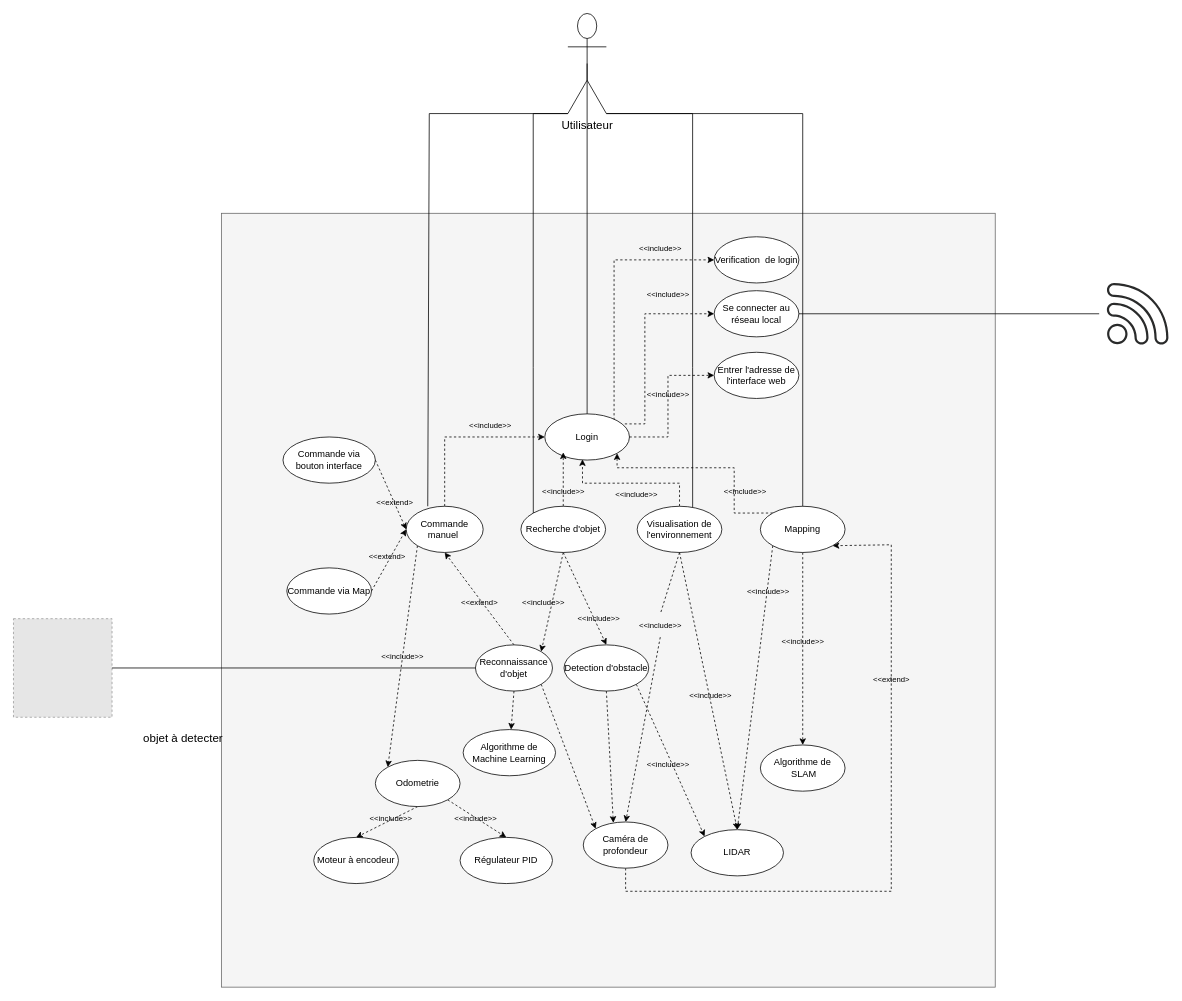
This is Diagramme sans nom.drawio from BigZ2000/zbot_5G, a draw.io file, before an edit. Source tidied: cells renumbered, new cells numbered last; positions are measured from the earlier drawing's top-left corner, leaving out a move shared by most shapes. Both pictures are drawn from the tidied source at 77%, with x=0, y=0 at pixel (13, 13). Pictures stored in the file or linked from it are replaced by grey dashed boxes.
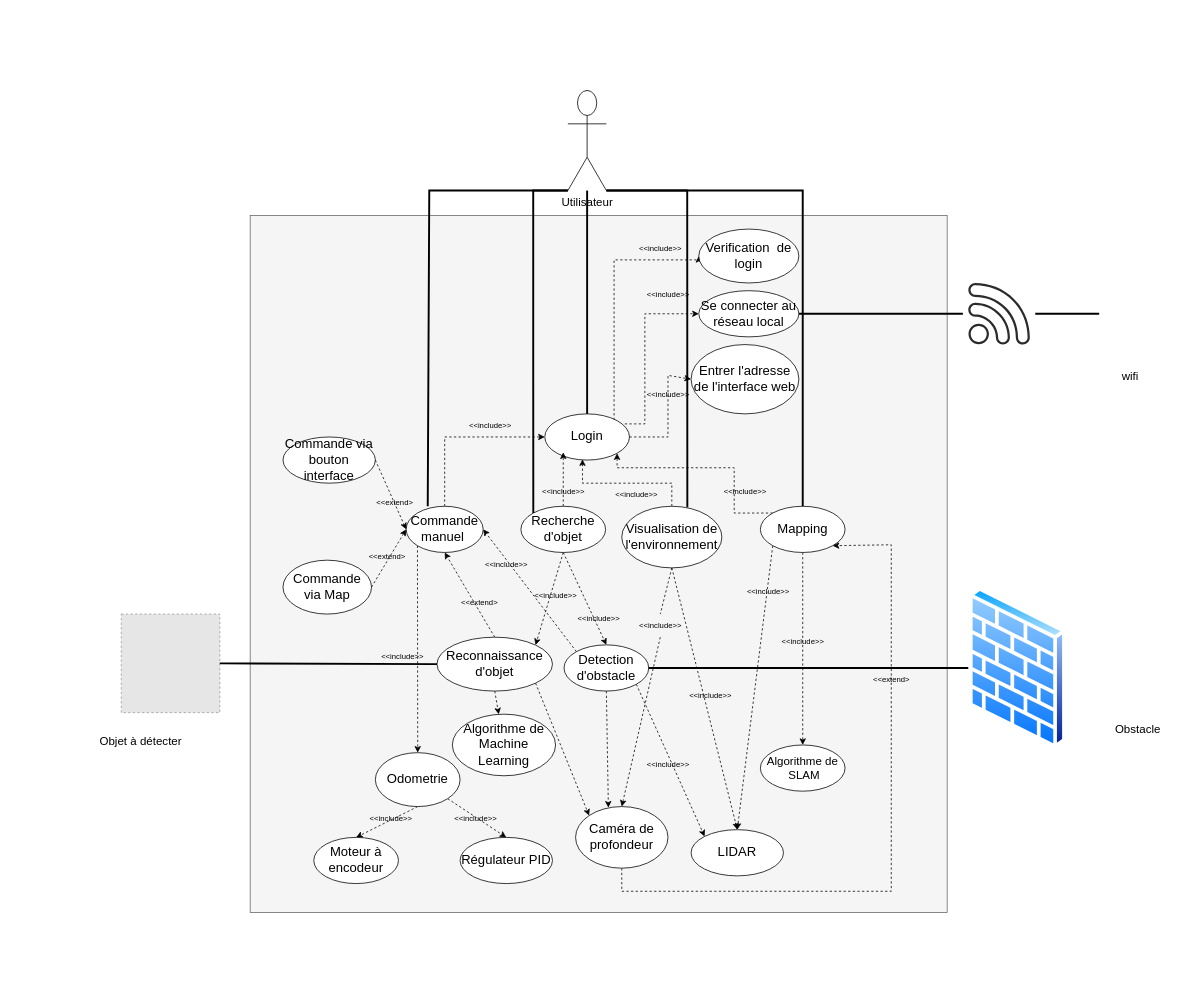
Above is the later version.

Commit message (it also covers changes not shown here):
Mettre à jour Diagramme sans nom.drawio

What changed in the source:
```diff
@@
-    <mxCell id="2" value="&lt;font style=&quot;font-size: 15px;&quot;&gt;Utilisateur&lt;/font&gt;" style="shape=umlActor;verticalLabelPosition=bottom;verticalAlign=top;html=1;" parent="1" vertex="1">
-      <mxGeometry x="720" width="50" height="130" as="geometry" />
-    </mxCell>
     <mxCell id="3" style="whiteSpace=wrap;html=1;fillColor=#f5f5f5;strokeColor=#666666;fontColor=#333333;" parent="1" vertex="1">
-      <mxGeometry x="270" y="259.5" width="1005" height="1005" as="geometry" />
+      <mxGeometry x="307.4" y="262.4" width="905.2" height="905.2" as="geometry" />
     </mxCell>
@@
-    <mxCell id="7" value="Login" style="ellipse;whiteSpace=wrap;html=1;" parent="1" vertex="1">
+    <mxCell id="7" value="Login" style="ellipse;whiteSpace=wrap;html=1;fontSize=17;" parent="1" vertex="1">
       <mxGeometry x="690" y="520" width="110" height="60" as="geometry" />
     </mxCell>
@@
-    <mxCell id="9" style="edgeStyle=none;rounded=0;jettySize=auto;html=1;exitX=0;exitY=1;exitDx=0;exitDy=0;entryX=0;entryY=0;entryDx=0;entryDy=0;dashed=1;" parent="1" edge="1" source="10" target="30">
+    <mxCell id="9" style="edgeStyle=none;rounded=0;jettySize=auto;html=1;exitX=0;exitY=1;exitDx=0;exitDy=0;entryX=0.5;entryY=0;entryDx=0;entryDy=0;dashed=1;" parent="1" edge="1" source="10" target="30">
       <mxGeometry relative="1" as="geometry" />
     </mxCell>
-    <mxCell id="10" value="Commande manuel&amp;nbsp;" style="ellipse;whiteSpace=wrap;html=1;" parent="1" vertex="1">
+    <mxCell id="10" value="Commande manuel&amp;nbsp;" style="ellipse;whiteSpace=wrap;html=1;fontSize=17;" parent="1" vertex="1">
       <mxGeometry x="510" y="640" width="100" height="60" as="geometry" />
     </mxCell>
@@
-    <mxCell id="14" value="Mapping" style="ellipse;whiteSpace=wrap;html=1;" parent="1" vertex="1">
+    <mxCell id="14" value="Mapping" style="ellipse;whiteSpace=wrap;html=1;fontSize=17;" parent="1" vertex="1">
       <mxGeometry x="970" y="640" width="110" height="60" as="geometry" />
     </mxCell>
@@
-    <mxCell id="18" value="Visualisation de l'environnement" style="ellipse;whiteSpace=wrap;html=1;" parent="1" vertex="1">
-      <mxGeometry x="810" y="640" width="110" height="60" as="geometry" />
+    <mxCell id="18" value="Visualisation de l'environnement" style="ellipse;whiteSpace=wrap;html=1;fontSize=17;" parent="1" vertex="1">
+      <mxGeometry x="790" y="640" width="130" height="80" as="geometry" />
     </mxCell>
@@
-    <mxCell id="22" value="Recherche d'objet" style="ellipse;whiteSpace=wrap;html=1;" parent="1" vertex="1">
+    <mxCell id="22" value="Recherche d'objet" style="ellipse;whiteSpace=wrap;html=1;fontSize=17;" parent="1" vertex="1">
       <mxGeometry x="659" y="640" width="110" height="60" as="geometry" />
     </mxCell>
-    <mxCell id="23" value="Verification &amp;nbsp;de login" style="ellipse;whiteSpace=wrap;html=1;" parent="1" vertex="1">
-      <mxGeometry x="910" y="290" width="110" height="60" as="geometry" />
+    <mxCell id="23" value="&lt;font style=&quot;font-size: 17px;&quot;&gt;Verification &amp;nbsp;de login&lt;/font&gt;" style="ellipse;whiteSpace=wrap;html=1;fontSize=17;" parent="1" vertex="1">
+      <mxGeometry x="890" y="280" width="130" height="70" as="geometry" />
     </mxCell>
@@
-    <mxCell id="27" value="Reconnaissance d'objet" style="ellipse;whiteSpace=wrap;html=1;" parent="1" vertex="1">
-      <mxGeometry x="600" y="820" width="100" height="60" as="geometry" />
+    <mxCell id="27" value="Reconnaissance d'objet" style="ellipse;whiteSpace=wrap;html=1;fontSize=17;" parent="1" vertex="1">
+      <mxGeometry x="550" y="810" width="150" height="70" as="geometry" />
     </mxCell>
@@
-    <mxCell id="30" value="Odometrie" style="ellipse;whiteSpace=wrap;html=1;" parent="1" vertex="1">
-      <mxGeometry x="470" y="970" width="110" height="60" as="geometry" />
+    <mxCell id="30" value="Odometrie" style="ellipse;whiteSpace=wrap;html=1;fontSize=17;" parent="1" vertex="1">
+      <mxGeometry x="470" y="960" width="110" height="70" as="geometry" />
     </mxCell>
@@
+    <mxCell id="79" style="edgeStyle=none;rounded=0;jettySize=auto;html=1;exitX=0;exitY=0;exitDx=0;exitDy=0;entryX=1;entryY=0.5;entryDx=0;entryDy=0;dashed=1;fontSize=15;" parent="1" edge="1" source="33" target="10">
+      <mxGeometry relative="1" as="geometry" />
+    </mxCell>
-    <mxCell id="33" value="Detection d'obstacle" style="ellipse;whiteSpace=wrap;html=1;" parent="1" vertex="1">
+    <mxCell id="33" value="Detection d'obstacle" style="ellipse;whiteSpace=wrap;html=1;fontSize=17;" parent="1" vertex="1">
       <mxGeometry x="715" y="820" width="110" height="60" as="geometry" />
     </mxCell>
-    <mxCell id="34" value="Algorithme de Machine Learning" style="ellipse;whiteSpace=wrap;html=1;" parent="1" vertex="1">
-      <mxGeometry x="584" y="930" width="120" height="60" as="geometry" />
+    <mxCell id="34" value="Algorithme de Machine Learning" style="ellipse;whiteSpace=wrap;html=1;fontSize=17;" parent="1" vertex="1">
+      <mxGeometry x="570" y="910" width="134" height="80" as="geometry" />
     </mxCell>
-    <mxCell id="35" value="Algorithme de &amp;nbsp;SLAM" style="ellipse;whiteSpace=wrap;html=1;" parent="1" vertex="1">
+    <mxCell id="35" value="Algorithme de &amp;nbsp;SLAM" style="ellipse;whiteSpace=wrap;html=1;fontSize=15;" parent="1" vertex="1">
       <mxGeometry x="970" y="950" width="110" height="60" as="geometry" />
     </mxCell>
-    <mxCell id="36" value="LIDAR" style="ellipse;whiteSpace=wrap;html=1;" parent="1" vertex="1">
+    <mxCell id="36" value="LIDAR" style="ellipse;whiteSpace=wrap;html=1;fontSize=17;" parent="1" vertex="1">
       <mxGeometry x="880" y="1060" width="120" height="60" as="geometry" />
     </mxCell>
     <mxCell id="37" style="edgeStyle=none;rounded=0;jettySize=auto;html=1;exitX=0.5;exitY=1;exitDx=0;exitDy=0;entryX=1;entryY=1;entryDx=0;entryDy=0;dashed=1;" parent="1" edge="1" source="38" target="14">
       <mxGeometry relative="1" as="geometry">
         <Array as="points">
-          <mxPoint x="795" y="1140" />
+          <mxPoint x="790" y="1140" />
           <mxPoint x="1140" y="1140" />
           <mxPoint x="1140" y="690" />
         </Array>
       </mxGeometry>
     </mxCell>
-    <mxCell id="38" value="Caméra de profondeur" style="ellipse;whiteSpace=wrap;html=1;" parent="1" vertex="1">
-      <mxGeometry x="740" y="1050" width="110" height="60" as="geometry" />
+    <mxCell id="38" value="Caméra de profondeur" style="ellipse;whiteSpace=wrap;html=1;fontSize=17;" parent="1" vertex="1">
+      <mxGeometry x="730" y="1030" width="120" height="80" as="geometry" />
     </mxCell>
-    <mxCell id="39" value="Moteur à encodeur" style="ellipse;whiteSpace=wrap;html=1;" parent="1" vertex="1">
+    <mxCell id="39" value="Moteur à encodeur" style="ellipse;whiteSpace=wrap;html=1;fontSize=17;" parent="1" vertex="1">
       <mxGeometry x="390" y="1070" width="110" height="60" as="geometry" />
     </mxCell>
-    <mxCell id="40" style="endArrow=none;html=1;rounded=0;entryX=0.5;entryY=0.5;entryDx=0;entryDy=0;entryPerimeter=0;exitX=0.5;exitY=0;exitDx=0;exitDy=0;" parent="1" edge="1" source="7" target="2">
-      <mxGeometry relative="1" as="geometry" />
+    <mxCell id="40" style="endArrow=none;html=1;rounded=0;exitX=0.5;exitY=0;exitDx=0;exitDy=0;strokeWidth=2.5;startArrow=none;" parent="1" edge="1" source="2">
+      <mxGeometry relative="1" as="geometry">
+        <mxPoint x="750" y="120" as="targetPoint" />
+      </mxGeometry>
     </mxCell>
-    <mxCell id="41" style="endArrow=none;html=1;rounded=0;entryX=0;entryY=1;entryDx=0;entryDy=0;entryPerimeter=0;exitX=0.28;exitY=0;exitDx=0;exitDy=0;exitPerimeter=0;" parent="1" edge="1" source="10" target="2">
+    <mxCell id="41" style="endArrow=none;html=1;rounded=0;entryX=0;entryY=1;entryDx=0;entryDy=0;entryPerimeter=0;exitX=0.28;exitY=0;exitDx=0;exitDy=0;exitPerimeter=0;strokeWidth=2.5;" parent="1" edge="1" source="10" target="2">
       <mxGeometry relative="1" as="geometry">
         <Array as="points">
-          <mxPoint x="540" y="130" />
+          <mxPoint x="540" y="230" />
         </Array>
       </mxGeometry>
     </mxCell>
-    <mxCell id="42" style="endArrow=none;html=1;rounded=0;entryX=1;entryY=1;entryDx=0;entryDy=0;entryPerimeter=0;exitX=0.5;exitY=0;exitDx=0;exitDy=0;" parent="1" edge="1" source="14" target="2">
+    <mxCell id="42" style="endArrow=none;html=1;rounded=0;entryX=1;entryY=1;entryDx=0;entryDy=0;entryPerimeter=0;exitX=0.5;exitY=0;exitDx=0;exitDy=0;strokeWidth=2.5;" parent="1" edge="1" source="14" target="2">
       <mxGeometry relative="1" as="geometry">
         <Array as="points">
-          <mxPoint x="1025" y="130" />
+          <mxPoint x="1025" y="230" />
         </Array>
       </mxGeometry>
     </mxCell>
-    <mxCell id="43" style="endArrow=none;html=1;rounded=0;exitX=0;exitY=0;exitDx=0;exitDy=0;entryX=0;entryY=1;entryDx=0;entryDy=0;entryPerimeter=0;" parent="1" edge="1" source="22" target="2">
+    <mxCell id="43" style="endArrow=none;html=1;rounded=0;exitX=0;exitY=0;exitDx=0;exitDy=0;entryX=0;entryY=1;entryDx=0;entryDy=0;entryPerimeter=0;strokeWidth=2.5;" parent="1" edge="1" source="22" target="2">
       <mxGeometry relative="1" as="geometry">
         <Array as="points">
           <mxPoint x="675" y="460" />
-          <mxPoint x="675" y="130" />
+          <mxPoint x="675" y="230" />
         </Array>
       </mxGeometry>
     </mxCell>
-    <mxCell id="44" style="endArrow=none;html=1;rounded=0;entryX=1;entryY=1;entryDx=0;entryDy=0;entryPerimeter=0;exitX=0.655;exitY=0.017;exitDx=0;exitDy=0;exitPerimeter=0;" parent="1" edge="1" source="18" target="2">
+    <mxCell id="44" style="endArrow=none;html=1;rounded=0;entryX=1;entryY=1;entryDx=0;entryDy=0;entryPerimeter=0;exitX=0.655;exitY=0.017;exitDx=0;exitDy=0;exitPerimeter=0;strokeWidth=2.5;" parent="1" edge="1" source="18" target="2">
       <mxGeometry relative="1" as="geometry">
         <Array as="points">
-          <mxPoint x="882" y="460" />
-          <mxPoint x="882" y="130" />
+          <mxPoint x="875" y="230" />
         </Array>
       </mxGeometry>
     </mxCell>
@@
-    <mxCell id="46" value="Commande via bouton interface" style="ellipse;whiteSpace=wrap;html=1;" parent="1" vertex="1">
+    <mxCell id="46" value="Commande via bouton interface" style="ellipse;whiteSpace=wrap;html=1;fontSize=17;" parent="1" vertex="1">
       <mxGeometry x="350" y="550" width="120" height="60" as="geometry" />
     </mxCell>
@@
-    <mxCell id="48" value="Commande via Map" style="ellipse;whiteSpace=wrap;html=1;" parent="1" vertex="1">
-      <mxGeometry x="355" y="720" width="110" height="60" as="geometry" />
+    <mxCell id="48" value="Commande via Map" style="ellipse;whiteSpace=wrap;html=1;fontSize=17;" parent="1" vertex="1">
+      <mxGeometry x="350" y="710" width="115" height="70" as="geometry" />
     </mxCell>
-    <mxCell id="49" value="Régulateur PID" style="ellipse;whiteSpace=wrap;html=1;" parent="1" vertex="1">
+    <mxCell id="49" value="Régulateur PID" style="ellipse;whiteSpace=wrap;html=1;fontSize=17;" parent="1" vertex="1">
       <mxGeometry x="580" y="1070" width="120" height="60" as="geometry" />
     </mxCell>
-    <mxCell id="50" value="Se connecter au réseau local" style="ellipse;whiteSpace=wrap;html=1;" parent="1" vertex="1">
-      <mxGeometry x="910" y="360" width="110" height="60" as="geometry" />
+    <mxCell id="50" value="&lt;font style=&quot;font-size: 17px;&quot;&gt;Se connecter au réseau local&lt;/font&gt;" style="ellipse;whiteSpace=wrap;html=1;fontSize=17;" parent="1" vertex="1">
+      <mxGeometry x="890" y="360" width="130" height="60" as="geometry" />
     </mxCell>
-    <mxCell id="51" value="Entrer l'adresse de l'interface web" style="ellipse;whiteSpace=wrap;html=1;" parent="1" vertex="1">
-      <mxGeometry x="910" y="440" width="110" height="60" as="geometry" />
+    <mxCell id="51" value="Entrer l'adresse de l'interface web" style="ellipse;whiteSpace=wrap;html=1;fontSize=17;" parent="1" vertex="1">
+      <mxGeometry x="880" y="430" width="140" height="90" as="geometry" />
     </mxCell>
@@
     <mxCell id="58" value="&lt;font style=&quot;font-size: 10px;&quot;&gt;&amp;lt;&amp;lt;include&amp;gt;&amp;gt;&lt;/font&gt;" style="text;html=1;align=center;verticalAlign=middle;strokeColor=none;fillColor=none;" parent="1" vertex="1">
-      <mxGeometry x="648" y="750" width="80" height="30" as="geometry" />
+      <mxGeometry x="664" y="740" width="80" height="30" as="geometry" />
     </mxCell>
@@
-    <mxCell id="74" style="sketch=0;shadow=0;html=1;strokeColor=none;fillColor=#2A2B2B;labelPosition=center;verticalLabelPosition=bottom;verticalAlign=top;align=center;outlineConnect=0;shape=mxgraph.vvd.wi_fi;fontSize=10;perimeterSpacing=7;" parent="1" vertex="1">
-      <mxGeometry x="1420" y="350" width="80" height="80" as="geometry" />
-    </mxCell>
-    <mxCell id="75" style="endArrow=none;html=1;rounded=0;fontSize=15;exitX=1;exitY=0.5;exitDx=0;exitDy=0;" parent="1" edge="1" source="50">
+    <mxCell id="75" style="endArrow=none;html=1;rounded=0;fontSize=15;exitX=1;exitY=0.5;exitDx=0;exitDy=0;strokeWidth=2.5;startArrow=none;" parent="1" edge="1" source="74">
       <mxGeometry relative="1" as="geometry">
         <mxPoint x="1410" y="390" as="targetPoint" />
       </mxGeometry>
     </mxCell>
     <mxCell id="76" style="fillColor=#E6E6E6;strokeColor=#999999;dashed=1;html=1;verticalAlign=top;verticalLabelPosition=bottom;labelBackgroundColor=#ffffff;fontSize=15;" parent="1" vertex="1">
-      <mxGeometry y="786" width="128" height="128" as="geometry" />
+      <mxGeometry x="140" y="780" width="128" height="128" as="geometry" />
     </mxCell>
-    <mxCell id="77" value="objet à detecter" style="text;html=1;align=center;verticalAlign=middle;strokeColor=none;fillColor=none;fontSize=15;" parent="1" vertex="1">
-      <mxGeometry x="155" y="925" width="130" height="30" as="geometry" />
+    <mxCell id="77" value="Objet à détecter" style="text;html=1;align=center;verticalAlign=middle;strokeColor=none;fillColor=none;fontSize=15;" parent="1" vertex="1">
+      <mxGeometry x="100" y="930" width="130" height="30" as="geometry" />
     </mxCell>
-    <mxCell id="78" style="endArrow=none;html=1;rounded=0;fontSize=15;exitX=1;exitY=0.5;exitDx=0;exitDy=0;entryX=0;entryY=0.5;entryDx=0;entryDy=0;" parent="1" edge="1" source="76" target="27">
+    <mxCell id="78" style="endArrow=none;html=1;rounded=0;fontSize=15;entryX=0;entryY=0.5;entryDx=0;entryDy=0;strokeWidth=2.5;exitX=1;exitY=0.5;exitDx=0;exitDy=0;" parent="1" edge="1" source="76" target="27">
       <mxGeometry relative="1" as="geometry" />
     </mxCell>
+    <mxCell id="80" value="&lt;font style=&quot;font-size: 10px;&quot;&gt;&amp;lt;&amp;lt;include&amp;gt;&amp;gt;&lt;/font&gt;" style="text;html=1;align=center;verticalAlign=middle;strokeColor=none;fillColor=none;" parent="1" vertex="1">
+      <mxGeometry x="600" y="700" width="80" height="30" as="geometry" />
+    </mxCell>
+    <mxCell id="81" style="perimeter=ellipsePerimeter;html=1;align=center;shadow=0;dashed=0;spacingTop=3;image;image=img/lib/active_directory/firewall.svg;fontSize=15;fillColor=#2A2B2B;" parent="1" vertex="1">
+      <mxGeometry x="1240" y="745" width="128.1" height="210" as="geometry" />
+    </mxCell>
+    <mxCell id="82" value="&lt;font style=&quot;font-size: 15px;&quot;&gt;Obstacle&lt;/font&gt;" style="text;html=1;align=center;verticalAlign=middle;strokeColor=none;fillColor=none;fontSize=15;" parent="1" vertex="1">
+      <mxGeometry x="1420" y="914" width="80" height="30" as="geometry" />
+    </mxCell>
+    <mxCell id="83" value="wifi" style="text;html=1;align=center;verticalAlign=middle;strokeColor=none;fillColor=none;fontSize=15;" parent="1" vertex="1">
+      <mxGeometry x="1425" y="455" width="50" height="30" as="geometry" />
+    </mxCell>
+    <mxCell id="84" style="endArrow=none;html=1;rounded=0;fontSize=15;entryX=0;entryY=0.5;entryDx=0;entryDy=0;exitX=1;exitY=0.5;exitDx=0;exitDy=0;strokeWidth=2.5;" parent="1" edge="1" source="33" target="81">
+      <mxGeometry relative="1" as="geometry" />
+    </mxCell>
+    <mxCell id="85" style="endArrow=none;html=1;rounded=0;exitX=0.5;exitY=0;exitDx=0;exitDy=0;strokeWidth=2.5;" parent="1" edge="1" source="7" target="2">
+      <mxGeometry relative="1" as="geometry" />
+    </mxCell>
+    <mxCell id="2" value="&lt;font style=&quot;font-size: 15px;&quot;&gt;Utilisateur&lt;/font&gt;" style="shape=umlActor;verticalLabelPosition=bottom;verticalAlign=top;html=1;" parent="1" vertex="1">
+      <mxGeometry x="720" y="100" width="50" height="130" as="geometry" />
+    </mxCell>
+    <mxCell id="86" style="endArrow=none;html=1;rounded=0;fontSize=15;exitX=1;exitY=0.5;exitDx=0;exitDy=0;strokeWidth=2.5;" parent="1" edge="1" source="50" target="74">
+      <mxGeometry relative="1" as="geometry" />
+    </mxCell>
+    <mxCell id="74" style="sketch=0;shadow=0;html=1;strokeColor=none;fillColor=#2A2B2B;labelPosition=center;verticalLabelPosition=bottom;verticalAlign=top;align=center;outlineConnect=0;shape=mxgraph.vvd.wi_fi;fontSize=10;perimeterSpacing=7;" parent="1" vertex="1">
+      <mxGeometry x="1240" y="350" width="80" height="80" as="geometry" />
+    </mxCell>
```
